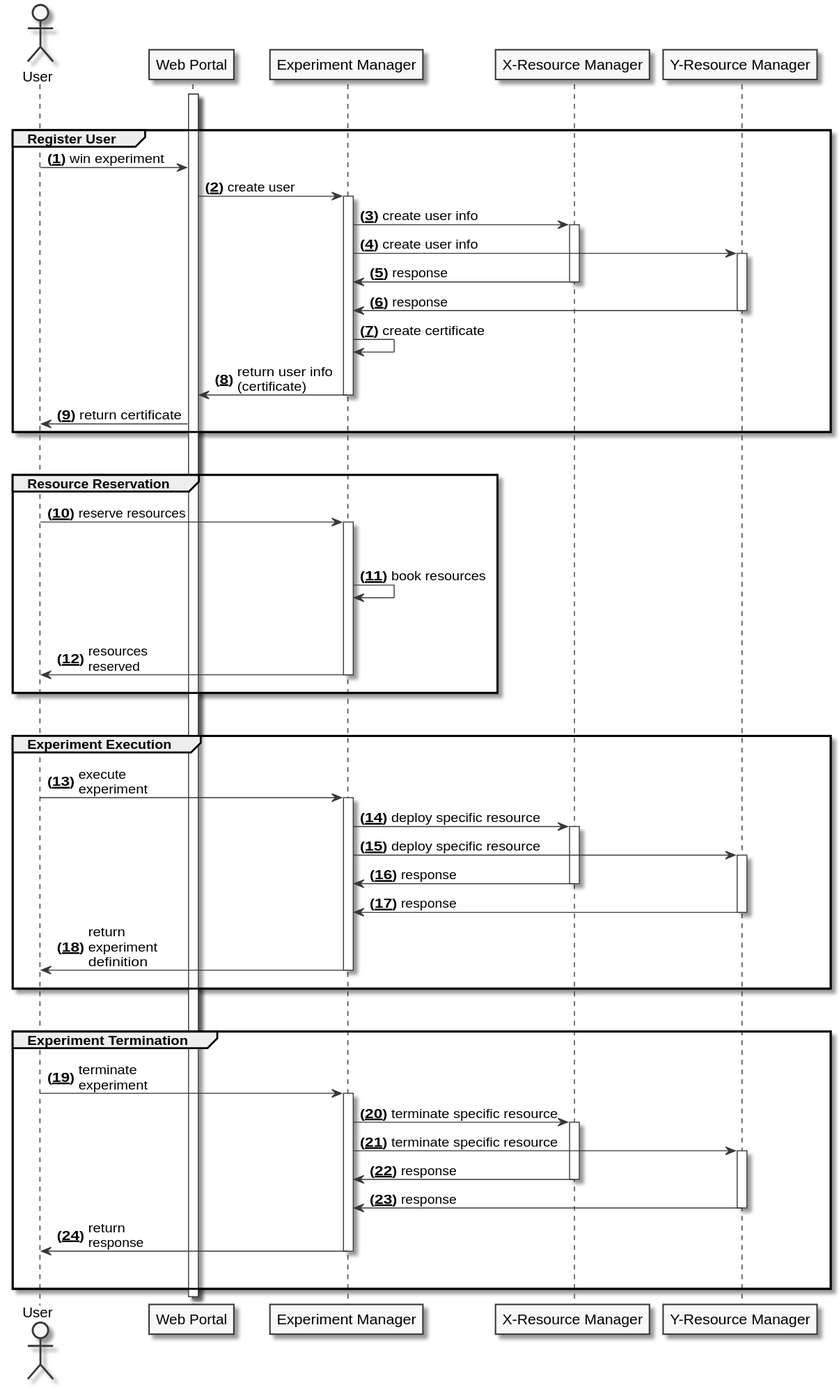
The PlantUML diagram docs/img/ex-man-seq-dia.svg in softfire-eu/softfire-eu.github.io, before a commit.
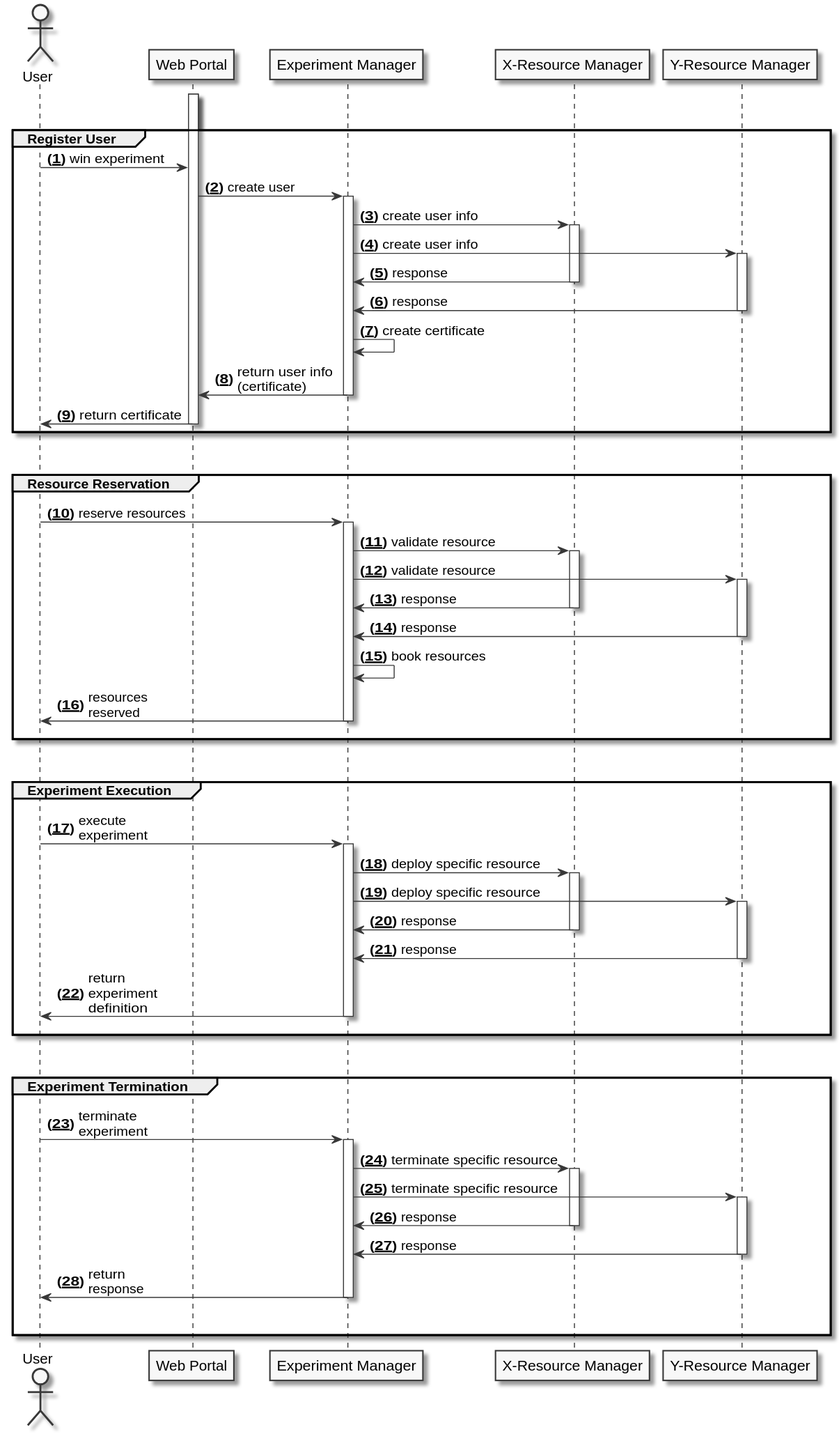
After the change.

Commit message:
Update seq diag

What changed in the source:
```diff
@@ -7,7 +7,6 @@
 participant "Web Portal" as A
 
 participant "Experiment Manager" as EM
-
 participant "X-Resource Manager" as X
 participant "Y-Resource Manager" as Y
 
@@ -34,6 +33,7 @@
 deactivate EM
 A -> U : return certificate
 
+deactivate A
 end
 
 ||30||
@@ -43,9 +43,17 @@
 ||10||
 U -> EM : reserve resources
 activate EM
-||35||
+
+EM -> X : validate resource
+activate X
+EM -> Y : validate resource
+activate Y
+X -> EM : response
+deactivate X
+Y -> EM : response
+deactivate Y
+
 EM -> EM : book resources
-||35||
 EM -> U : resources \nreserved
 deactivate EM
 ||10||
```
